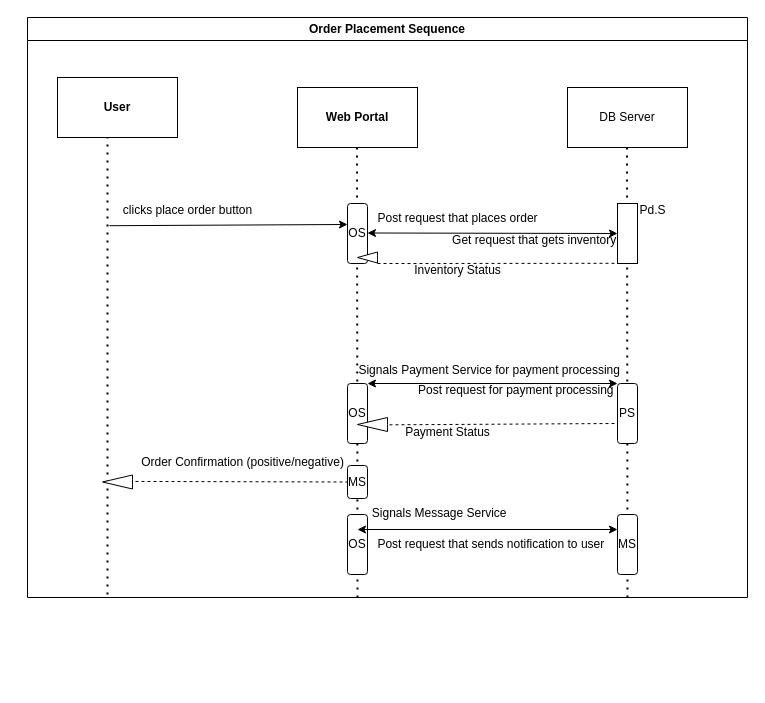
Above: OrderPlacementSequence.drawio in DozzyMontalo/eCommerceUserService (draw.io), before the change. Source tidied: cells renumbered, new cells numbered last; positions are measured from the earlier drawing's top-left corner, leaving out a move shared by most shapes. Both pictures are drawn from the tidied source at 100%, with x=0, y=0 at pixel (17, 17).
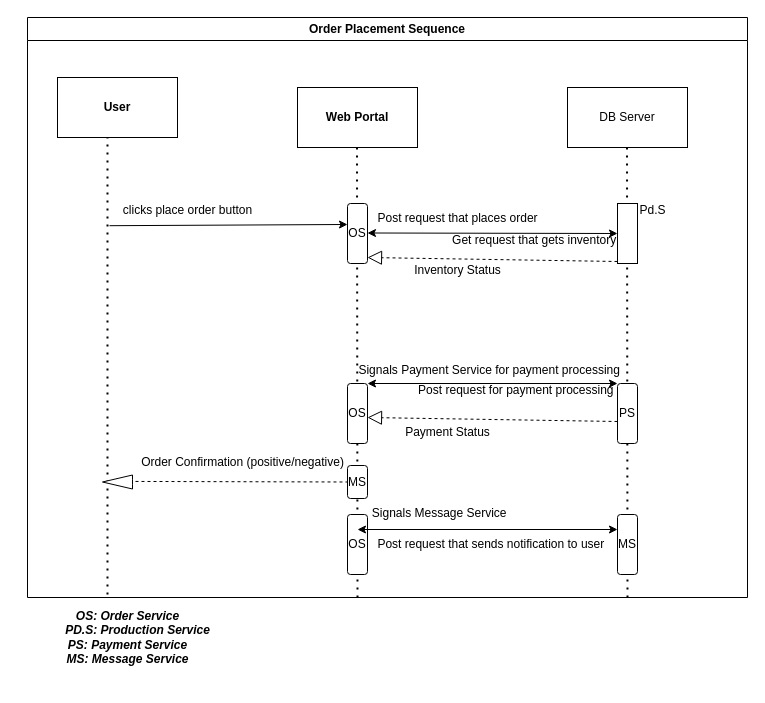
After the change.

The change refers to these unchanged cells:
```xml
<mxCell id="2" value="Order Placement Sequence" style="swimlane;whiteSpace=wrap;html=1;" parent="1" vertex="1">
  <mxGeometry x="10" width="720" height="580" as="geometry" />
</mxCell>
```

Diff of the diagram source:
```diff
@@
-    <mxCell id="14" style="endArrow=none;dashed=1;html=1;rounded=0;entryX=0.627;entryY=1.08;entryDx=0;entryDy=0;entryPerimeter=0;" parent="2" edge="1">
-      <mxGeometry relative="1" as="geometry">
-        <mxPoint x="350" y="246" as="sourcePoint" />
-        <mxPoint x="590" y="245.8" as="targetPoint" />
-      </mxGeometry>
-    </mxCell>
-    <mxCell id="15" style="html=1;shadow=0;dashed=0;align=center;verticalAlign=middle;shape=mxgraph.arrows2.arrow;dy=0.6;dx=40;flipH=1;notch=0;" parent="2" vertex="1">
-      <mxGeometry x="330" y="234.5" width="20" height="11" as="geometry" />
-    </mxCell>
@@
-    <mxCell id="18" style="endArrow=none;dashed=1;html=1;rounded=0;entryX=0.627;entryY=1.08;entryDx=0;entryDy=0;entryPerimeter=0;" parent="2" edge="1">
-      <mxGeometry relative="1" as="geometry">
-        <mxPoint x="350" y="407.4" as="sourcePoint" />
-        <mxPoint x="590" y="406" as="targetPoint" />
-      </mxGeometry>
-    </mxCell>
-    <mxCell id="19" style="html=1;shadow=0;dashed=0;align=center;verticalAlign=middle;shape=mxgraph.arrows2.arrow;dy=0.6;dx=40;flipH=1;notch=0;" parent="2" vertex="1">
-      <mxGeometry x="330" y="400" width="30" height="14" as="geometry" />
-    </mxCell>
@@
+    <mxCell id="37" style="endArrow=block;dashed=1;endFill=0;endSize=12;html=1;rounded=0;entryX=0.5;entryY=0;entryDx=0;entryDy=0;" parent="2" edge="1">
+      <mxGeometry relative="1" as="geometry">
+        <mxPoint x="590" y="404" as="sourcePoint" />
+        <mxPoint x="340" y="400" as="targetPoint" />
+      </mxGeometry>
+    </mxCell>
+    <mxCell id="38" style="endArrow=block;dashed=1;endFill=0;endSize=12;html=1;rounded=0;entryX=0.5;entryY=0;entryDx=0;entryDy=0;" parent="2" edge="1">
+      <mxGeometry relative="1" as="geometry">
+        <mxPoint x="590" y="244" as="sourcePoint" />
+        <mxPoint x="340" y="240" as="targetPoint" />
+      </mxGeometry>
+    </mxCell>
@@
+    <mxCell id="39" value="&lt;div&gt;&lt;span style=&quot;background-color: initial;&quot;&gt;&lt;br&gt;&lt;/span&gt;&lt;/div&gt;&lt;div&gt;&lt;span style=&quot;background-color: initial;&quot;&gt;&lt;br&gt;&lt;/span&gt;&lt;/div&gt;&lt;div&gt;&lt;b&gt;&lt;i&gt;&lt;span style=&quot;background-color: initial;&quot;&gt;OS: Order Service&lt;/span&gt;&lt;br&gt;&lt;/i&gt;&lt;/b&gt;&lt;/div&gt;&lt;div&gt;&lt;b&gt;&lt;i&gt;&amp;nbsp; &amp;nbsp; &amp;nbsp; PD.S: Production Service&lt;/i&gt;&lt;/b&gt;&lt;/div&gt;&lt;div&gt;&lt;b style=&quot;background-color: initial;&quot;&gt;&lt;i&gt;PS: Payment Service&lt;/i&gt;&lt;/b&gt;&lt;/div&gt;&lt;div&gt;&lt;b&gt;&lt;i&gt;MS: Message Service&lt;/i&gt;&lt;/b&gt;&lt;br&gt;&lt;div&gt;&lt;br&gt;&lt;/div&gt;&lt;/div&gt;" style="text;html=1;align=center;verticalAlign=middle;strokeColor=none;fillColor=none;" parent="1" vertex="1">
+      <mxGeometry x="15" y="558" width="190" height="110" as="geometry" />
+    </mxCell>
```
